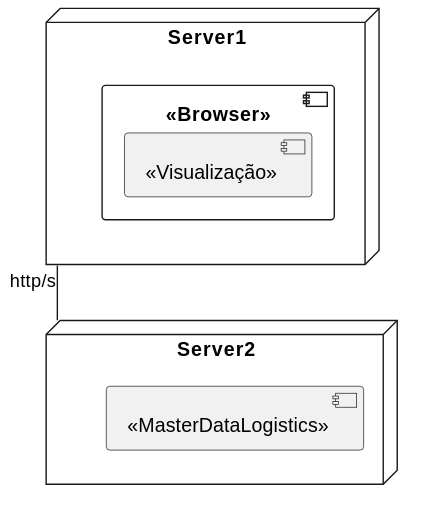
This is Visualization/docs/US_1000/Diagrams/Level2/PhysicalView.svg from Pedro-Pereira1/sem5pi_23_24_g056_Visualization, a PlantUML export, as it was before one commit. Source of this version:
```plantuml
@startuml
skinparam linetype ortho

node Server1{
  component "<<Browser>>" as BRW{
   component "<<Visualização>>" as V {
    }
  }
}

node Server2{
  component "<<MasterDataLogistics>>" as MDB{
  }
}

Server1 -d- Server2: http/s
@enduml
```
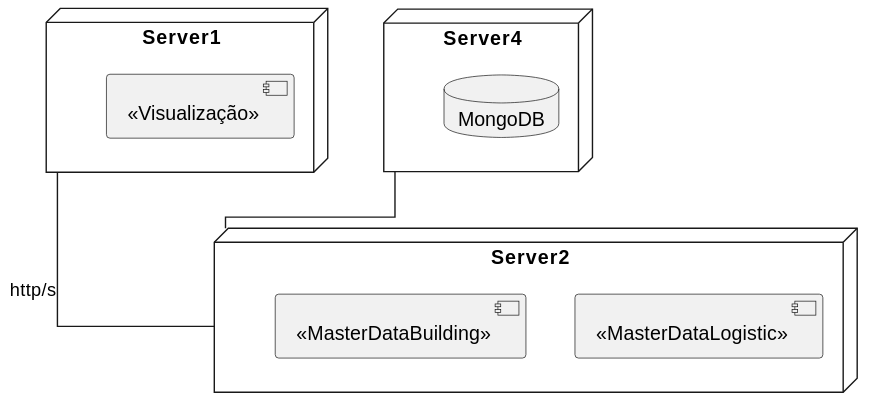
Above is the later version.

Commit message:
Updated Layer2 PhysicalView Diagrams for US1000

The edit, as a diff of the source:
```diff
@@ -2,16 +2,26 @@
 skinparam linetype ortho
 
 node Server1{
-  component "<<Browser>>" as BRW{
    component "<<Visualização>>" as V {
     }
+}
+
+node Server2{
+  component "<<MasterDataLogistic>>" as MDL{
+  }
+
+  component "<<MasterDataBuilding>>" as MDB{
   }
 }
 
-node Server2{
-  component "<<MasterDataLogistics>>" as MDB{
-  }
+
+
+node Server4{
+  database MongoDB
 }
 
+
+
 Server1 -d- Server2: http/s
+Server2 -u- Server4
 @enduml
```
